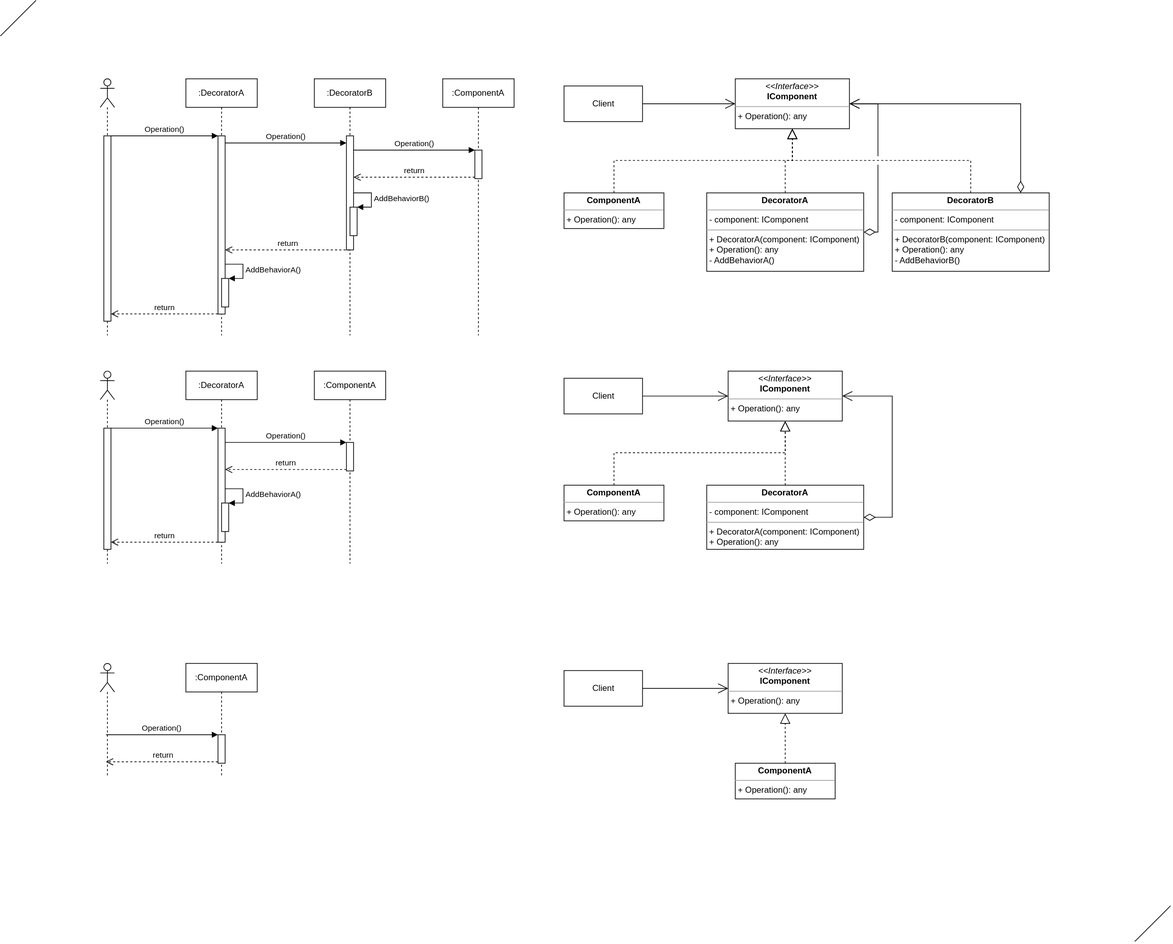
Before: Diagrams/Decorator.svg, a diagram exported from draw.io (PacktPublishing/Architecting-ASP.NET-Core-Applications-3E). Source tidied: cells renumbered, new cells last; positions are measured from the earlier drawing's top-left corner, leaving out a move shared by most shapes.
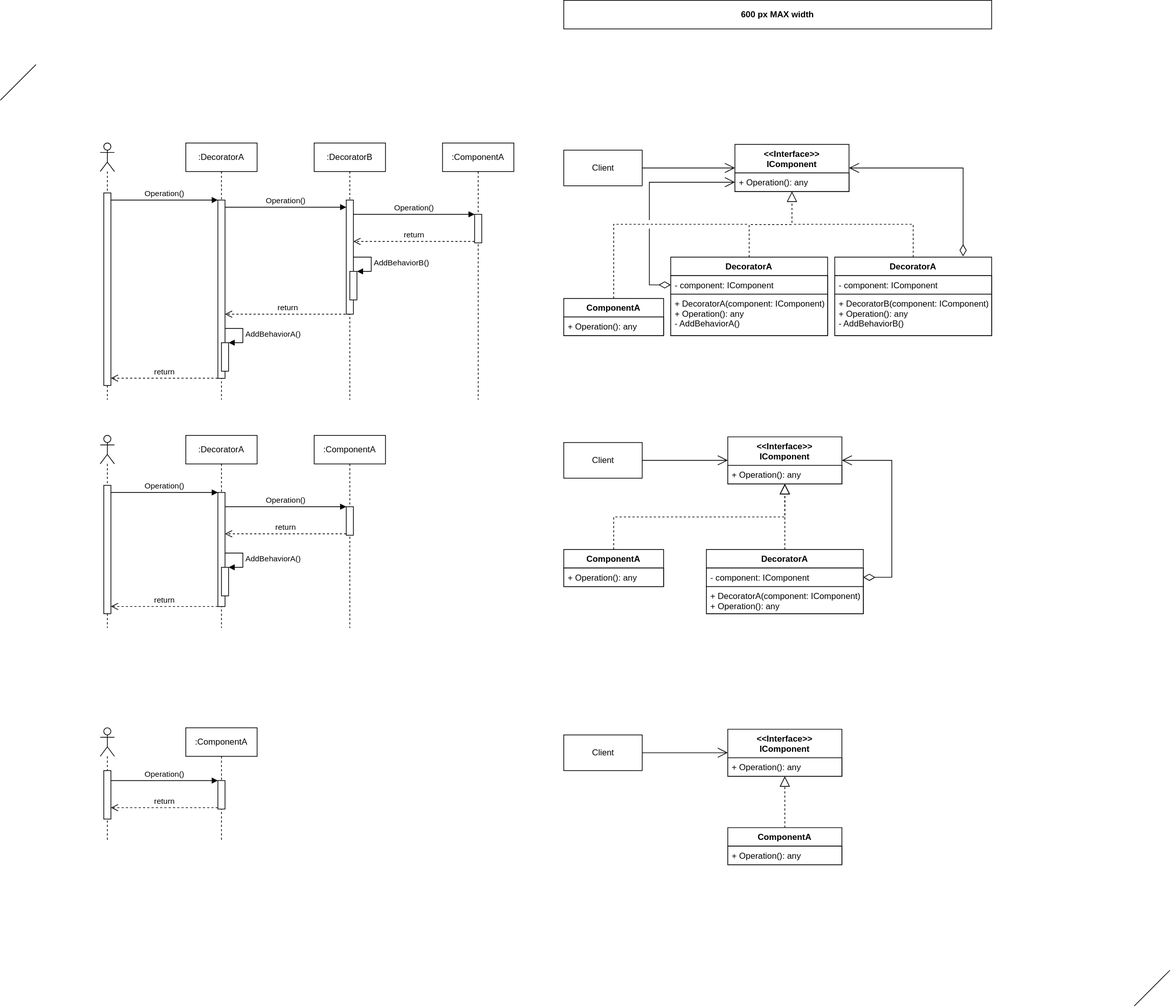
Above is the later version.

Diff of the diagram source:
```diff
@@ -45,2 +45,5 @@
     </mxCell>
+    <mxCell id="63" style="html=1;points=[];perimeter=orthogonalPerimeter;" parent="13" vertex="1">
+      <mxGeometry x="5" y="60" width="10" height="68" as="geometry" />
+    </mxCell>
     <mxCell id="14" value=":ComponentA" style="shape=umlLifeline;perimeter=lifelinePerimeter;whiteSpace=wrap;html=1;" parent="1" vertex="1">
@@ -49,13 +52,10 @@
     <mxCell id="15" style="html=1;points=[];perimeter=orthogonalPerimeter;" parent="14" vertex="1">
-      <mxGeometry x="45" y="100" width="10" height="40" as="geometry" />
+      <mxGeometry x="45" y="74" width="10" height="40" as="geometry" />
     </mxCell>
-    <mxCell id="16" value="Operation()" style="html=1;verticalAlign=bottom;endArrow=block;entryX=0;entryY=0;" parent="1" edge="1" source="13" target="15">
+    <mxCell id="16" value="Operation()" style="html=1;verticalAlign=bottom;endArrow=block;entryX=0;entryY=0;" parent="1" edge="1" source="63" target="15">
       <mxGeometry relative="1" as="geometry" />
     </mxCell>
-    <mxCell id="17" value="return" style="html=1;verticalAlign=bottom;endArrow=open;dashed=1;endSize=8;exitX=0;exitY=0.95;" parent="1" edge="1" source="15" target="13">
+    <mxCell id="17" value="return" style="html=1;verticalAlign=bottom;endArrow=open;dashed=1;endSize=8;exitX=0;exitY=0.95;" parent="1" edge="1" source="15" target="63">
       <mxGeometry relative="1" as="geometry" />
     </mxCell>
-    <mxCell id="18" value="&lt;p style=&quot;margin: 0px ; margin-top: 4px ; text-align: center&quot;&gt;&lt;i&gt;&amp;lt;&amp;lt;Interface&amp;gt;&amp;gt;&lt;/i&gt;&lt;br&gt;&lt;b&gt;IComponent&lt;/b&gt;&lt;/p&gt;&lt;hr size=&quot;1&quot;&gt;&lt;p style=&quot;margin: 0px ; margin-left: 4px&quot;&gt;&lt;/p&gt;&lt;p style=&quot;margin: 0px ; margin-left: 4px&quot;&gt;+ Operation(): any&lt;br&gt;&lt;/p&gt;" style="verticalAlign=top;align=left;overflow=fill;fontSize=12;fontFamily=Helvetica;html=1;" parent="1" vertex="1">
-      <mxGeometry x="1030" y="110" width="160" height="70" as="geometry" />
-    </mxCell>
     <mxCell id="19" value=":DecoratorB" style="shape=umlLifeline;perimeter=lifelinePerimeter;whiteSpace=wrap;html=1;" parent="1" vertex="1">
@@ -85,3 +85,3 @@
     <mxCell id="24" style="html=1;points=[];perimeter=orthogonalPerimeter;" parent="1" vertex="1">
-      <mxGeometry x="145" y="190" width="10" height="260" as="geometry" />
+      <mxGeometry x="145" y="180" width="10" height="270" as="geometry" />
     </mxCell>
@@ -90,24 +90,28 @@
     </mxCell>
-    <mxCell id="26" style="endArrow=block;dashed=1;endFill=0;endSize=12;html=1;edgeStyle=elbowEdgeStyle;elbow=vertical;rounded=0;" parent="1" edge="1" source="27" target="18">
-      <mxGeometry relative="1" as="geometry" />
+    <mxCell id="26" style="endArrow=none;dashed=1;endFill=0;endSize=12;html=1;edgeStyle=elbowEdgeStyle;elbow=vertical;rounded=0;" parent="1" edge="1" source="75">
+      <mxGeometry relative="1" as="geometry">
+        <mxPoint x="1050" y="224" as="targetPoint" />
+        <Array as="points">
+          <mxPoint x="985" y="224" />
+        </Array>
+      </mxGeometry>
     </mxCell>
-    <mxCell id="27" value="&lt;p style=&quot;margin: 0px ; margin-top: 4px ; text-align: center&quot;&gt;&lt;b&gt;ComponentA&lt;/b&gt;&lt;/p&gt;&lt;hr size=&quot;1&quot;&gt;&lt;p style=&quot;margin: 0px ; margin-left: 4px&quot;&gt;&lt;/p&gt;&lt;p style=&quot;margin: 0px ; margin-left: 4px&quot;&gt;+ Operation(): any&lt;/p&gt;" style="verticalAlign=top;align=left;overflow=fill;fontSize=12;fontFamily=Helvetica;html=1;" parent="1" vertex="1">
-      <mxGeometry x="790" y="270" width="140" height="50" as="geometry" />
-    </mxCell>
-    <mxCell id="28" value="&lt;p style=&quot;margin: 0px ; margin-top: 4px ; text-align: center&quot;&gt;&lt;b&gt;DecoratorA&lt;/b&gt;&lt;/p&gt;&lt;hr size=&quot;1&quot;&gt;&lt;p style=&quot;margin: 0px ; margin-left: 4px&quot;&gt;- component: IComponent&lt;/p&gt;&lt;hr size=&quot;1&quot;&gt;&lt;p style=&quot;margin: 0px ; margin-left: 4px&quot;&gt;+ DecoratorA(component: IComponent)&lt;/p&gt;&lt;p style=&quot;margin: 0px ; margin-left: 4px&quot;&gt;+ Operation(): any&lt;/p&gt;&lt;p style=&quot;margin: 0px ; margin-left: 4px&quot;&gt;- AddBehaviorA()&lt;/p&gt;" style="verticalAlign=top;align=left;overflow=fill;fontSize=12;fontFamily=Helvetica;html=1;" parent="1" vertex="1">
-      <mxGeometry x="990" y="270" width="220" height="110" as="geometry" />
-    </mxCell>
-    <mxCell id="29" value="&lt;p style=&quot;margin: 0px ; margin-top: 4px ; text-align: center&quot;&gt;&lt;b&gt;DecoratorB&lt;/b&gt;&lt;/p&gt;&lt;hr size=&quot;1&quot;&gt;&lt;p style=&quot;margin: 0px ; margin-left: 4px&quot;&gt;- component: IComponent&lt;/p&gt;&lt;hr size=&quot;1&quot;&gt;&lt;p style=&quot;margin: 0px ; margin-left: 4px&quot;&gt;+ DecoratorB(component: IComponent)&lt;br&gt;&lt;/p&gt;&lt;p style=&quot;margin: 0px ; margin-left: 4px&quot;&gt;+ Operation(): any&lt;/p&gt;&lt;p style=&quot;margin: 0px ; margin-left: 4px&quot;&gt;- AddBehaviorB()&lt;/p&gt;" style="verticalAlign=top;align=left;overflow=fill;fontSize=12;fontFamily=Helvetica;html=1;" parent="1" vertex="1">
-      <mxGeometry x="1250" y="270" width="220" height="110" as="geometry" />
-    </mxCell>
-    <mxCell id="30" style="endArrow=block;dashed=1;endFill=0;endSize=12;html=1;edgeStyle=elbowEdgeStyle;elbow=vertical;rounded=0;" parent="1" edge="1" source="28" target="18">
+    <mxCell id="30" style="endArrow=block;dashed=1;endFill=0;endSize=12;html=1;edgeStyle=elbowEdgeStyle;elbow=vertical;rounded=0;" parent="1" edge="1" source="79" target="77">
       <mxGeometry relative="1" as="geometry" />
     </mxCell>
-    <mxCell id="31" style="endArrow=block;dashed=1;endFill=0;endSize=12;html=1;edgeStyle=elbowEdgeStyle;elbow=vertical;rounded=0;" parent="1" edge="1" source="29" target="18">
-      <mxGeometry relative="1" as="geometry" />
+    <mxCell id="31" style="endArrow=none;dashed=1;endFill=0;endSize=12;html=1;edgeStyle=elbowEdgeStyle;elbow=vertical;rounded=0;" parent="1" edge="1" source="82">
+      <mxGeometry relative="1" as="geometry">
+        <mxPoint x="1110" y="224" as="targetPoint" />
+        <Array as="points">
+          <mxPoint x="1140" y="224" />
+        </Array>
+      </mxGeometry>
     </mxCell>
-    <mxCell id="32" style="endArrow=open;endFill=1;endSize=12;html=1;edgeStyle=elbowEdgeStyle;rounded=0;jumpStyle=gap;jumpSize=12;startSize=14;startArrow=diamondThin;startFill=0;" parent="1" edge="1" source="28" target="18">
+    <mxCell id="32" style="endArrow=open;endFill=1;endSize=12;html=1;edgeStyle=elbowEdgeStyle;rounded=0;jumpStyle=gap;jumpSize=12;startSize=14;startArrow=diamondThin;startFill=0;entryX=0;entryY=0.5;entryDx=0;entryDy=0;" parent="1" edge="1" source="80" target="78">
       <mxGeometry relative="1" as="geometry">
         <Array as="points">
-          <mxPoint x="1230" y="199" />
+          <mxPoint x="910" y="250" />
+          <mxPoint x="940" y="180" />
+          <mxPoint x="930" y="270" />
+          <mxPoint x="1210" y="230" />
         </Array>
@@ -115,5 +119,7 @@
     </mxCell>
-    <mxCell id="33" style="endArrow=open;endFill=1;endSize=12;html=1;edgeStyle=elbowEdgeStyle;rounded=0;jumpStyle=gap;jumpSize=12;startArrow=diamondThin;startFill=0;startSize=14;" parent="1" edge="1" source="29" target="18">
+    <mxCell id="33" style="endArrow=open;endFill=1;endSize=12;html=1;edgeStyle=elbowEdgeStyle;rounded=0;jumpStyle=gap;jumpSize=12;startArrow=diamondThin;startFill=0;startSize=14;exitX=0.818;exitY=-0.01;exitDx=0;exitDy=0;exitPerimeter=0;" parent="1" edge="1" source="82" target="77">
       <mxGeometry relative="1" as="geometry">
         <Array as="points">
+          <mxPoint x="1350" y="210" />
+          <mxPoint x="1400" y="190" />
           <mxPoint x="1430" y="210" />
@@ -123,15 +129,6 @@
     </mxCell>
-    <mxCell id="34" value="&lt;p style=&quot;margin: 0px ; margin-top: 4px ; text-align: center&quot;&gt;&lt;i&gt;&amp;lt;&amp;lt;Interface&amp;gt;&amp;gt;&lt;/i&gt;&lt;br&gt;&lt;b&gt;IComponent&lt;/b&gt;&lt;/p&gt;&lt;hr size=&quot;1&quot;&gt;&lt;p style=&quot;margin: 0px ; margin-left: 4px&quot;&gt;&lt;/p&gt;&lt;p style=&quot;margin: 0px ; margin-left: 4px&quot;&gt;+ Operation(): any&lt;br&gt;&lt;/p&gt;" style="verticalAlign=top;align=left;overflow=fill;fontSize=12;fontFamily=Helvetica;html=1;" parent="1" vertex="1">
-      <mxGeometry x="1020" y="520" width="160" height="70" as="geometry" />
-    </mxCell>
-    <mxCell id="35" style="endArrow=block;dashed=1;endFill=0;endSize=12;html=1;edgeStyle=elbowEdgeStyle;elbow=vertical;rounded=0;" parent="1" edge="1" source="36" target="34">
+    <mxCell id="35" style="endArrow=block;dashed=1;endFill=0;endSize=12;html=1;edgeStyle=elbowEdgeStyle;elbow=vertical;rounded=0;" parent="1" edge="1" source="68" target="70">
       <mxGeometry relative="1" as="geometry" />
     </mxCell>
-    <mxCell id="36" value="&lt;p style=&quot;margin: 0px ; margin-top: 4px ; text-align: center&quot;&gt;&lt;b&gt;ComponentA&lt;/b&gt;&lt;/p&gt;&lt;hr size=&quot;1&quot;&gt;&lt;p style=&quot;margin: 0px ; margin-left: 4px&quot;&gt;&lt;/p&gt;&lt;p style=&quot;margin: 0px ; margin-left: 4px&quot;&gt;+ Operation(): any&lt;/p&gt;" style="verticalAlign=top;align=left;overflow=fill;fontSize=12;fontFamily=Helvetica;html=1;" parent="1" vertex="1">
-      <mxGeometry x="790" y="680" width="140" height="50" as="geometry" />
-    </mxCell>
-    <mxCell id="37" value="&lt;p style=&quot;margin: 0px ; margin-top: 4px ; text-align: center&quot;&gt;&lt;b&gt;DecoratorA&lt;/b&gt;&lt;/p&gt;&lt;hr size=&quot;1&quot;&gt;&lt;p style=&quot;margin: 0px ; margin-left: 4px&quot;&gt;- component: IComponent&lt;/p&gt;&lt;hr size=&quot;1&quot;&gt;&lt;p style=&quot;margin: 0px ; margin-left: 4px&quot;&gt;+ DecoratorA(component: IComponent)&lt;/p&gt;&lt;p style=&quot;margin: 0px ; margin-left: 4px&quot;&gt;+ Operation(): any&lt;/p&gt;" style="verticalAlign=top;align=left;overflow=fill;fontSize=12;fontFamily=Helvetica;html=1;" parent="1" vertex="1">
-      <mxGeometry x="990" y="680" width="220" height="90" as="geometry" />
-    </mxCell>
-    <mxCell id="38" style="endArrow=block;dashed=1;endFill=0;endSize=12;html=1;edgeStyle=elbowEdgeStyle;elbow=vertical;rounded=0;" parent="1" edge="1" source="37" target="34">
+    <mxCell id="38" style="endArrow=block;dashed=1;endFill=0;endSize=12;html=1;edgeStyle=elbowEdgeStyle;elbow=vertical;rounded=0;" parent="1" edge="1" source="72" target="70">
       <mxGeometry relative="1" as="geometry" />
@@ -141,6 +138,6 @@
     </mxCell>
-    <mxCell id="40" style="endArrow=open;html=1;endSize=12;startArrow=diamondThin;startSize=14;startFill=0;edgeStyle=orthogonalEdgeStyle;align=left;verticalAlign=bottom;rounded=0;" parent="1" edge="1" source="37" target="34">
+    <mxCell id="40" style="endArrow=open;html=1;endSize=12;startArrow=diamondThin;startSize=14;startFill=0;edgeStyle=orthogonalEdgeStyle;align=left;verticalAlign=bottom;rounded=0;exitX=1;exitY=0.5;exitDx=0;exitDy=0;" parent="1" edge="1" source="73" target="70">
       <mxGeometry x="-0.67" y="25" relative="1" as="geometry">
         <Array as="points">
-          <mxPoint x="1250" y="725" />
+          <mxPoint x="1250" y="719" />
           <mxPoint x="1250" y="555" />
@@ -150,3 +147,3 @@
     </mxCell>
-    <mxCell id="41" style="endArrow=open;html=1;endSize=12;startArrow=none;startSize=14;startFill=0;align=left;verticalAlign=bottom;" parent="1" edge="1" source="39" target="34">
+    <mxCell id="41" style="endArrow=open;html=1;endSize=12;startArrow=none;startSize=14;startFill=0;align=left;verticalAlign=bottom;" parent="1" edge="1" source="39" target="70">
       <mxGeometry x="-0.35" y="16" relative="1" as="geometry" />
@@ -156,14 +153,8 @@
     </mxCell>
-    <mxCell id="43" style="endArrow=open;html=1;endSize=12;startArrow=none;startSize=14;startFill=0;align=left;verticalAlign=bottom;" parent="1" edge="1" source="42" target="18">
+    <mxCell id="43" style="endArrow=open;html=1;endSize=12;startArrow=none;startSize=14;startFill=0;align=left;verticalAlign=bottom;" parent="1" edge="1" source="42" target="77">
       <mxGeometry x="-0.35" y="16" relative="1" as="geometry" />
     </mxCell>
-    <mxCell id="44" value="&lt;p style=&quot;margin: 0px ; margin-top: 4px ; text-align: center&quot;&gt;&lt;i&gt;&amp;lt;&amp;lt;Interface&amp;gt;&amp;gt;&lt;/i&gt;&lt;br&gt;&lt;b&gt;IComponent&lt;/b&gt;&lt;/p&gt;&lt;hr size=&quot;1&quot;&gt;&lt;p style=&quot;margin: 0px ; margin-left: 4px&quot;&gt;&lt;/p&gt;&lt;p style=&quot;margin: 0px ; margin-left: 4px&quot;&gt;+ Operation(): any&lt;br&gt;&lt;/p&gt;" style="verticalAlign=top;align=left;overflow=fill;fontSize=12;fontFamily=Helvetica;html=1;" parent="1" vertex="1">
-      <mxGeometry x="1020" y="930" width="160" height="70" as="geometry" />
-    </mxCell>
-    <mxCell id="45" style="endArrow=block;dashed=1;endFill=0;endSize=12;html=1;edgeStyle=elbowEdgeStyle;elbow=vertical;rounded=0;" parent="1" edge="1" source="46" target="44">
+    <mxCell id="45" style="endArrow=block;dashed=1;endFill=0;endSize=12;html=1;edgeStyle=elbowEdgeStyle;elbow=vertical;rounded=0;" parent="1" edge="1" source="64" target="66">
       <mxGeometry relative="1" as="geometry" />
     </mxCell>
-    <mxCell id="46" value="&lt;p style=&quot;margin: 0px ; margin-top: 4px ; text-align: center&quot;&gt;&lt;b&gt;ComponentA&lt;/b&gt;&lt;/p&gt;&lt;hr size=&quot;1&quot;&gt;&lt;p style=&quot;margin: 0px ; margin-left: 4px&quot;&gt;&lt;/p&gt;&lt;p style=&quot;margin: 0px ; margin-left: 4px&quot;&gt;+ Operation(): any&lt;/p&gt;" style="verticalAlign=top;align=left;overflow=fill;fontSize=12;fontFamily=Helvetica;html=1;" parent="1" vertex="1">
-      <mxGeometry x="1030" y="1070" width="140" height="50" as="geometry" />
-    </mxCell>
     <mxCell id="47" value="Client" style="html=1;" parent="1" vertex="1">
@@ -171,3 +162,3 @@
     </mxCell>
-    <mxCell id="48" style="endArrow=open;html=1;endSize=12;startArrow=none;startSize=14;startFill=0;align=left;verticalAlign=bottom;" parent="1" edge="1" source="47" target="44">
+    <mxCell id="48" style="endArrow=open;html=1;endSize=12;startArrow=none;startSize=14;startFill=0;align=left;verticalAlign=bottom;" parent="1" edge="1" source="47" target="66">
       <mxGeometry x="-0.35" y="16" relative="1" as="geometry" />
@@ -213,3 +204,3 @@
     <mxCell id="60" style="html=1;points=[];perimeter=orthogonalPerimeter;" parent="1" vertex="1">
-      <mxGeometry x="145" y="600" width="10" height="170" as="geometry" />
+      <mxGeometry x="145" y="590" width="10" height="180" as="geometry" />
     </mxCell>
@@ -227,2 +218,68 @@
     </mxCell>
+    <mxCell id="64" value="ComponentA" style="swimlane;fontStyle=1;align=center;verticalAlign=top;horizontal=1;startSize=26;" parent="1" vertex="1">
+      <mxGeometry x="1020" y="1070" width="160" height="52" as="geometry" />
+    </mxCell>
+    <mxCell id="65" value="+ Operation(): any" style="text;strokeColor=default;fillColor=default;align=left;verticalAlign=top;spacingLeft=4;spacingRight=4;overflow=hidden;" parent="64" vertex="1">
+      <mxGeometry y="26" width="160" height="26" as="geometry" />
+    </mxCell>
+    <mxCell id="66" value="&lt;&lt;Interface&gt;&gt;&#10;IComponent" style="swimlane;fontStyle=1;align=center;verticalAlign=top;horizontal=1;startSize=40;" parent="1" vertex="1">
+      <mxGeometry x="1020" y="932" width="160" height="66" as="geometry" />
+    </mxCell>
+    <mxCell id="67" value="+ Operation(): any" style="text;strokeColor=default;fillColor=default;align=left;verticalAlign=top;spacingLeft=4;spacingRight=4;overflow=hidden;" parent="66" vertex="1">
+      <mxGeometry y="40" width="160" height="26" as="geometry" />
+    </mxCell>
+    <mxCell id="68" value="ComponentA" style="swimlane;fontStyle=1;align=center;verticalAlign=top;horizontal=1;startSize=26;" parent="1" vertex="1">
+      <mxGeometry x="790" y="680" width="140" height="52" as="geometry" />
+    </mxCell>
+    <mxCell id="69" value="+ Operation(): any" style="text;strokeColor=default;fillColor=default;align=left;verticalAlign=top;spacingLeft=4;spacingRight=4;overflow=hidden;" parent="68" vertex="1">
+      <mxGeometry y="26" width="140" height="26" as="geometry" />
+    </mxCell>
+    <mxCell id="70" value="&lt;&lt;Interface&gt;&gt;&#10;IComponent" style="swimlane;fontStyle=1;align=center;verticalAlign=top;horizontal=1;startSize=40;" parent="1" vertex="1">
+      <mxGeometry x="1020" y="522" width="160" height="66" as="geometry" />
+    </mxCell>
+    <mxCell id="71" value="+ Operation(): any" style="text;strokeColor=default;fillColor=default;align=left;verticalAlign=top;spacingLeft=4;spacingRight=4;overflow=hidden;" parent="70" vertex="1">
+      <mxGeometry y="40" width="160" height="26" as="geometry" />
+    </mxCell>
+    <mxCell id="72" value="DecoratorA" style="swimlane;fontStyle=1;align=center;verticalAlign=top;horizontal=1;startSize=26;" parent="1" vertex="1">
+      <mxGeometry x="990" y="680" width="220" height="90" as="geometry" />
+    </mxCell>
+    <mxCell id="73" value="- component: IComponent" style="text;strokeColor=default;fillColor=default;align=left;verticalAlign=top;spacingLeft=4;spacingRight=4;overflow=hidden;points=[[0,0.5],[1,0.5]];portConstraint=eastwest;" parent="72" vertex="1">
+      <mxGeometry y="26" width="220" height="26" as="geometry" />
+    </mxCell>
+    <mxCell id="74" value="+ DecoratorA(component: IComponent)&#10;+ Operation(): any" style="text;strokeColor=default;fillColor=default;align=left;verticalAlign=top;spacingLeft=4;spacingRight=4;overflow=hidden;" parent="72" vertex="1">
+      <mxGeometry y="52" width="220" height="38" as="geometry" />
+    </mxCell>
+    <mxCell id="75" value="ComponentA" style="swimlane;fontStyle=1;align=center;verticalAlign=top;horizontal=1;startSize=26;" parent="1" vertex="1">
+      <mxGeometry x="790" y="328" width="140" height="52" as="geometry" />
+    </mxCell>
+    <mxCell id="76" value="+ Operation(): any" style="text;strokeColor=default;fillColor=default;align=left;verticalAlign=top;spacingLeft=4;spacingRight=4;overflow=hidden;" parent="75" vertex="1">
+      <mxGeometry y="26" width="140" height="26" as="geometry" />
+    </mxCell>
+    <mxCell id="77" value="&lt;&lt;Interface&gt;&gt;&#10;IComponent" style="swimlane;fontStyle=1;align=center;verticalAlign=top;horizontal=1;startSize=40;" parent="1" vertex="1">
+      <mxGeometry x="1030" y="112" width="160" height="66" as="geometry" />
+    </mxCell>
+    <mxCell id="78" value="+ Operation(): any" style="text;strokeColor=default;fillColor=default;align=left;verticalAlign=top;spacingLeft=4;spacingRight=4;overflow=hidden;points=[[0,0.5],[1,0.5]];portConstraint=eastwest;" parent="77" vertex="1">
+      <mxGeometry y="40" width="160" height="26" as="geometry" />
+    </mxCell>
+    <mxCell id="79" value="DecoratorA" style="swimlane;fontStyle=1;align=center;verticalAlign=top;horizontal=1;startSize=26;" parent="1" vertex="1">
+      <mxGeometry x="940" y="270" width="220" height="110" as="geometry" />
+    </mxCell>
+    <mxCell id="80" value="- component: IComponent" style="text;strokeColor=default;fillColor=default;align=left;verticalAlign=top;spacingLeft=4;spacingRight=4;overflow=hidden;points=[[0,0.5],[1,0.5]];portConstraint=eastwest;" parent="79" vertex="1">
+      <mxGeometry y="26" width="220" height="26" as="geometry" />
+    </mxCell>
+    <mxCell id="81" value="+ DecoratorA(component: IComponent)&#10;+ Operation(): any&#10;- AddBehaviorA()" style="text;strokeColor=default;fillColor=default;align=left;verticalAlign=top;spacingLeft=4;spacingRight=4;overflow=hidden;" parent="79" vertex="1">
+      <mxGeometry y="52" width="220" height="58" as="geometry" />
+    </mxCell>
+    <mxCell id="82" value="DecoratorA" style="swimlane;fontStyle=1;align=center;verticalAlign=top;horizontal=1;startSize=26;" parent="1" vertex="1">
+      <mxGeometry x="1170" y="270" width="220" height="110" as="geometry" />
+    </mxCell>
+    <mxCell id="83" value="- component: IComponent" style="text;strokeColor=default;fillColor=default;align=left;verticalAlign=top;spacingLeft=4;spacingRight=4;overflow=hidden;" parent="82" vertex="1">
+      <mxGeometry y="26" width="220" height="26" as="geometry" />
+    </mxCell>
+    <mxCell id="84" value="+ DecoratorB(component: IComponent)&#10;+ Operation(): any&#10;- AddBehaviorB()" style="text;strokeColor=default;fillColor=default;align=left;verticalAlign=top;spacingLeft=4;spacingRight=4;overflow=hidden;" parent="82" vertex="1">
+      <mxGeometry y="52" width="220" height="58" as="geometry" />
+    </mxCell>
+    <mxCell id="85" value="600 px MAX width" style="rounded=0;whiteSpace=wrap;html=1;sketch=0;fontSize=12;align=center;fontStyle=1;" parent="1" vertex="1">
+      <mxGeometry x="790" y="-90" width="600" height="40" as="geometry" />
+    </mxCell>
   </root>
```
